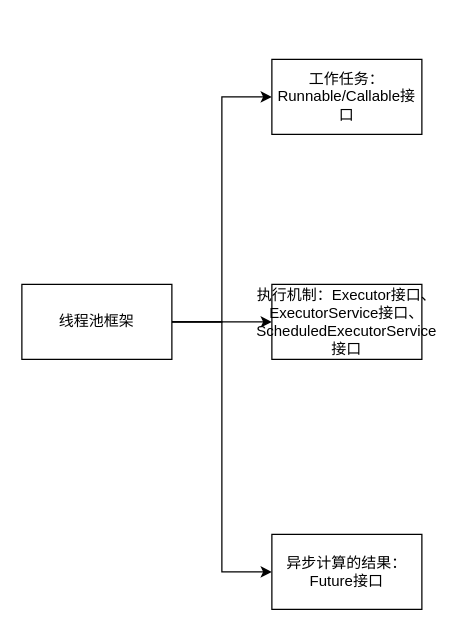
The draw.io diagram images/draw/Executor.drawio in wt1814/wt1814.github.io, before the edit. Source tidied: cells renumbered, new cells numbered last; positions are measured from the earlier drawing's top-left corner, leaving out a move shared by most shapes. Both pictures are drawn from the tidied source at 125%, with x=0, y=0 at pixel (21, 59).
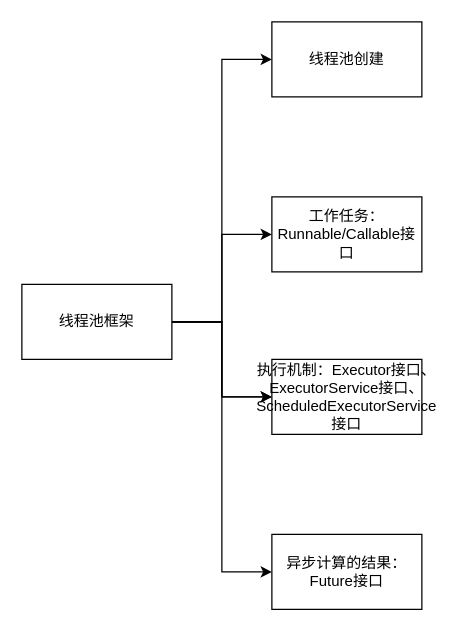
The same page after the edit.

What changed in the source:
```diff
@@
 <mxGraphModel>
   <root>
     <mxCell id="0" />
     <mxCell id="1" parent="0" />
     <mxCell id="2" style="edgeStyle=orthogonalEdgeStyle;rounded=0;jettySize=auto;html=1;entryX=0;entryY=0.5;entryDx=0;entryDy=0;" parent="1" edge="1" source="5" target="6">
       <mxGeometry relative="1" as="geometry" />
     </mxCell>
     <mxCell id="3" style="edgeStyle=orthogonalEdgeStyle;rounded=0;jettySize=auto;html=1;entryX=0;entryY=0.5;entryDx=0;entryDy=0;" parent="1" edge="1" source="5" target="7">
       <mxGeometry relative="1" as="geometry" />
     </mxCell>
     <mxCell id="4" style="edgeStyle=orthogonalEdgeStyle;rounded=0;jettySize=auto;html=1;entryX=0;entryY=0.5;entryDx=0;entryDy=0;" parent="1" edge="1" source="5" target="8">
       <mxGeometry relative="1" as="geometry" />
     </mxCell>
+    <mxCell id="9" style="edgeStyle=orthogonalEdgeStyle;rounded=0;jettySize=auto;html=1;" parent="1" edge="1" source="5" target="7">
+      <mxGeometry relative="1" as="geometry" />
+    </mxCell>
+    <mxCell id="10" style="edgeStyle=orthogonalEdgeStyle;rounded=0;jettySize=auto;html=1;entryX=0;entryY=0.5;entryDx=0;entryDy=0;" parent="1" edge="1" source="5" target="11">
+      <mxGeometry relative="1" as="geometry" />
+    </mxCell>
     <mxCell id="5" value="线程池框架" style="rounded=0;whiteSpace=wrap;html=1;" parent="1" vertex="1">
       <mxGeometry y="180" width="120" height="60" as="geometry" />
     </mxCell>
     <mxCell id="6" value="工作任务：Runnable/Callable接口" style="rounded=0;whiteSpace=wrap;html=1;" parent="1" vertex="1">
-      <mxGeometry x="200" width="120" height="60" as="geometry" />
+      <mxGeometry x="200" y="110" width="120" height="60" as="geometry" />
     </mxCell>
     <mxCell id="7" value="执行机制：Executor接口、ExecutorService接口、ScheduledExecutorService接口" style="rounded=0;whiteSpace=wrap;html=1;" parent="1" vertex="1">
-      <mxGeometry x="200" y="180" width="120" height="60" as="geometry" />
+      <mxGeometry x="200" y="240" width="120" height="60" as="geometry" />
     </mxCell>
     <mxCell id="8" value="异步计算的结果：Future接口" style="rounded=0;whiteSpace=wrap;html=1;" parent="1" vertex="1">
       <mxGeometry x="200" y="380" width="120" height="60" as="geometry" />
     </mxCell>
+    <mxCell id="11" value="线程池创建" style="rounded=0;whiteSpace=wrap;html=1;" parent="1" vertex="1">
+      <mxGeometry x="200" y="-30" width="120" height="60" as="geometry" />
+    </mxCell>
   </root>
 </mxGraphModel>
```
